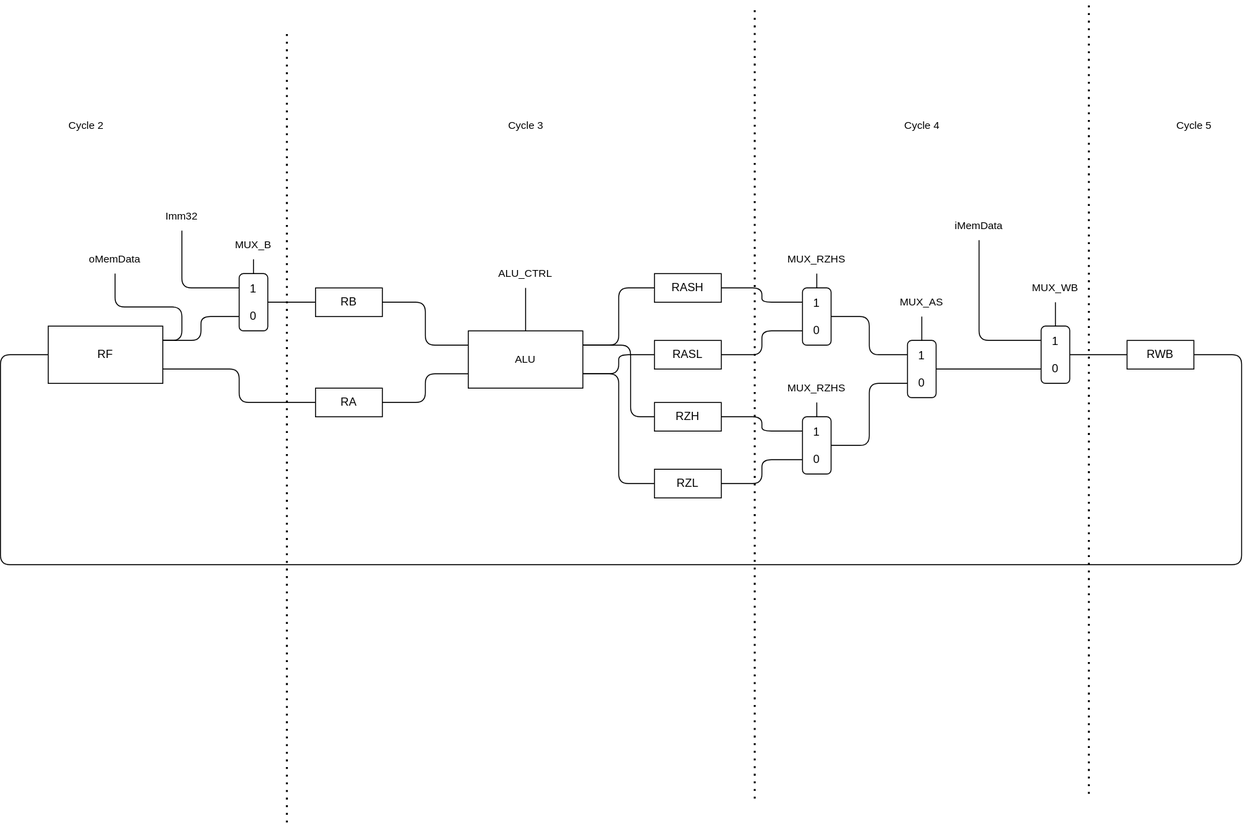
The draw.io diagram sh.drawio.svg in Jchisholm204/MiniSRC, before a commit. Source tidied: cells renumbered, new cells last; positions are measured from the earlier drawing's top-left corner, leaving out a move shared by most shapes.
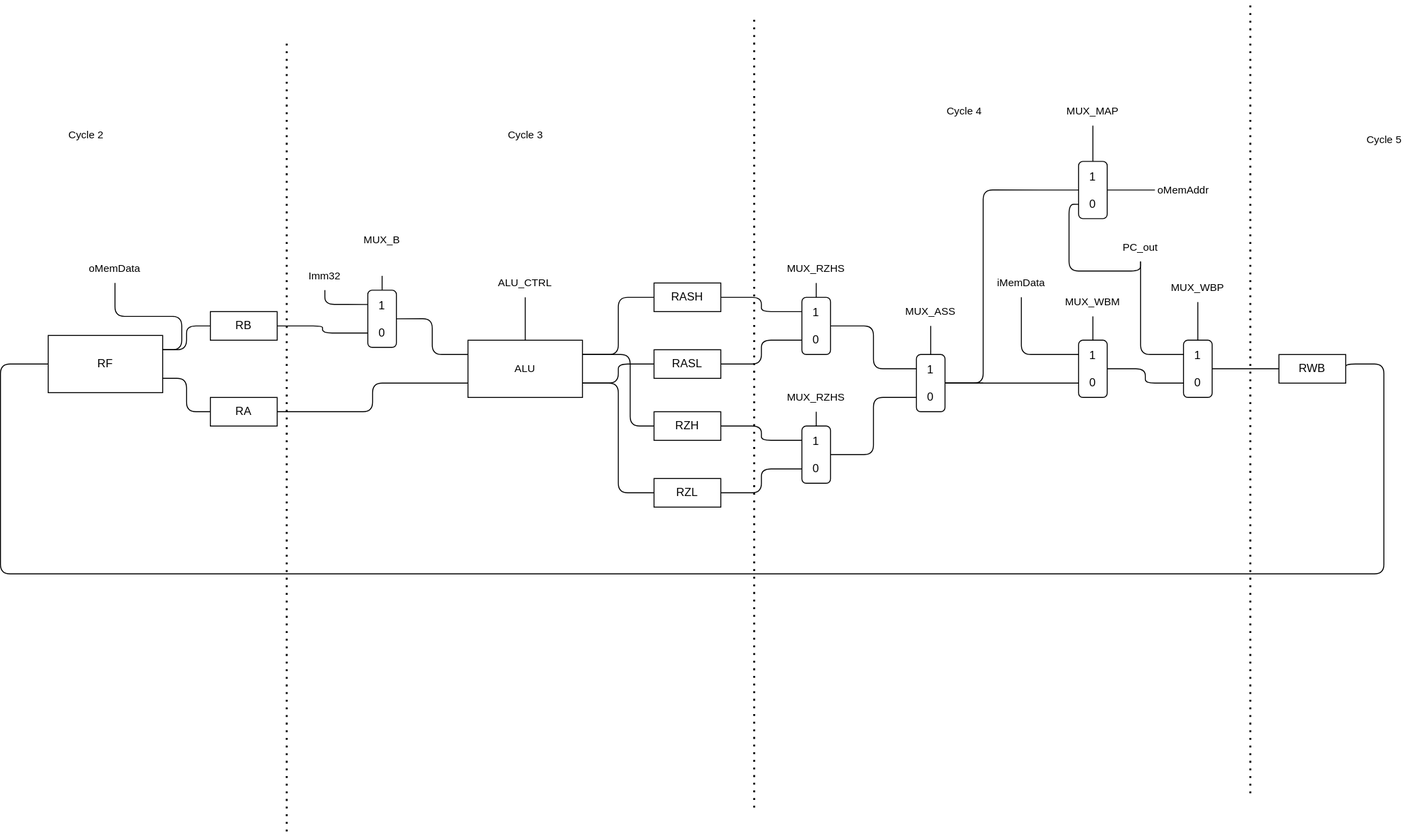
The same file after the commit.

Change to the diagram source:
```diff
@@ -5,9 +5,6 @@
     <mxCell id="2" style="edgeStyle=orthogonalEdgeStyle;shape=connector;rounded=1;html=1;exitX=1;exitY=0.75;exitDx=0;exitDy=0;entryX=0;entryY=0.5;entryDx=0;entryDy=0;labelBackgroundColor=default;strokeColor=default;fontFamily=Helvetica;fontSize=11;fontColor=default;endArrow=none;endFill=0;" parent="1" edge="1" source="5" target="12">
       <mxGeometry relative="1" as="geometry" />
     </mxCell>
-    <mxCell id="3" style="edgeStyle=orthogonalEdgeStyle;shape=connector;rounded=1;html=1;exitX=1;exitY=0.25;exitDx=0;exitDy=0;entryX=0;entryY=0.75;entryDx=0;entryDy=0;labelBackgroundColor=default;strokeColor=default;fontFamily=Helvetica;fontSize=11;fontColor=default;endArrow=none;endFill=0;" parent="1" edge="1" source="5" target="10">
-      <mxGeometry relative="1" as="geometry" />
-    </mxCell>
     <mxCell id="4" style="edgeStyle=orthogonalEdgeStyle;shape=connector;rounded=1;html=1;exitX=1;exitY=0.25;exitDx=0;exitDy=0;entryX=0.5;entryY=1;entryDx=0;entryDy=0;labelBackgroundColor=default;strokeColor=default;fontFamily=Helvetica;fontSize=11;fontColor=default;endArrow=none;endFill=0;" parent="1" edge="1" source="5" target="58">
       <mxGeometry relative="1" as="geometry">
         <Array as="points">
@@ -17,29 +14,34 @@
         </Array>
       </mxGeometry>
     </mxCell>
+    <mxCell id="59" style="edgeStyle=orthogonalEdgeStyle;shape=connector;rounded=1;html=1;exitX=1;exitY=0.25;exitDx=0;exitDy=0;entryX=0;entryY=0.5;entryDx=0;entryDy=0;labelBackgroundColor=default;strokeColor=default;fontFamily=Helvetica;fontSize=11;fontColor=default;endArrow=none;endFill=0;" parent="1" edge="1" source="5" target="7">
+      <mxGeometry relative="1" as="geometry" />
+    </mxCell>
     <mxCell id="5" value="RF" style="rounded=0;whiteSpace=wrap;html=1;" parent="1" vertex="1">
       <mxGeometry x="50" y="340" width="120" height="60" as="geometry" />
     </mxCell>
-    <mxCell id="6" style="edgeStyle=orthogonalEdgeStyle;shape=connector;rounded=1;html=1;exitX=1;exitY=0.5;exitDx=0;exitDy=0;entryX=0;entryY=0.25;entryDx=0;entryDy=0;labelBackgroundColor=default;strokeColor=default;fontFamily=Helvetica;fontSize=11;fontColor=default;endArrow=none;endFill=0;" parent="1" edge="1" source="7" target="17">
-      <mxGeometry relative="1" as="geometry" />
-    </mxCell>
     <mxCell id="7" value="RB" style="rounded=0;whiteSpace=wrap;html=1;" parent="1" vertex="1">
-      <mxGeometry x="330" y="300" width="70" height="30" as="geometry" />
+      <mxGeometry x="220" y="315" width="70" height="30" as="geometry" />
     </mxCell>
+    <mxCell id="9" style="edgeStyle=orthogonalEdgeStyle;shape=connector;rounded=1;html=1;exitX=0.5;exitY=0;exitDx=0;exitDy=0;entryX=0.5;entryY=1;entryDx=0;entryDy=0;labelBackgroundColor=default;strokeColor=default;fontFamily=Helvetica;fontSize=11;fontColor=default;endArrow=none;endFill=0;" parent="1" edge="1" source="10">
+      <mxGeometry relative="1" as="geometry">
+        <mxPoint x="400" y="277.5" as="targetPoint" />
+      </mxGeometry>
+    </mxCell>
+    <mxCell id="60" style="edgeStyle=orthogonalEdgeStyle;shape=connector;rounded=1;html=1;exitX=1;exitY=0.5;exitDx=0;exitDy=0;entryX=0;entryY=0.25;entryDx=0;entryDy=0;labelBackgroundColor=default;strokeColor=default;fontFamily=Helvetica;fontSize=11;fontColor=default;endArrow=none;endFill=0;" parent="1" edge="1" source="10" target="17">
+      <mxGeometry relative="1" as="geometry" />
+    </mxCell>
-    <mxCell id="8" style="edgeStyle=orthogonalEdgeStyle;shape=connector;rounded=1;html=1;exitX=1;exitY=0.5;exitDx=0;exitDy=0;entryX=0;entryY=0.5;entryDx=0;entryDy=0;labelBackgroundColor=default;strokeColor=default;fontFamily=Helvetica;fontSize=11;fontColor=default;endArrow=none;endFill=0;" parent="1" edge="1" source="10" target="7">
+    <mxCell id="8" style="edgeStyle=orthogonalEdgeStyle;shape=connector;rounded=1;html=1;exitX=0;exitY=0.75;exitDx=0;exitDy=0;entryX=1;entryY=0.5;entryDx=0;entryDy=0;labelBackgroundColor=default;strokeColor=default;fontFamily=Helvetica;fontSize=11;fontColor=default;endArrow=none;endFill=0;" parent="1" edge="1" source="10" target="7">
       <mxGeometry relative="1" as="geometry" />
     </mxCell>
-    <mxCell id="9" style="edgeStyle=orthogonalEdgeStyle;shape=connector;rounded=1;html=1;exitX=0.5;exitY=0;exitDx=0;exitDy=0;entryX=0.5;entryY=1;entryDx=0;entryDy=0;labelBackgroundColor=default;strokeColor=default;fontFamily=Helvetica;fontSize=11;fontColor=default;endArrow=none;endFill=0;" parent="1" edge="1" source="10" target="38">
-      <mxGeometry relative="1" as="geometry" />
-    </mxCell>
     <mxCell id="10" value="1&lt;br&gt;&lt;br&gt;0" style="rounded=1;whiteSpace=wrap;html=1;" parent="1" vertex="1">
-      <mxGeometry x="250" y="285" width="30" height="60" as="geometry" />
+      <mxGeometry x="385" y="292.5" width="30" height="60" as="geometry" />
     </mxCell>
     <mxCell id="11" style="edgeStyle=orthogonalEdgeStyle;shape=connector;rounded=1;html=1;exitX=1;exitY=0.5;exitDx=0;exitDy=0;entryX=0;entryY=0.75;entryDx=0;entryDy=0;labelBackgroundColor=default;strokeColor=default;fontFamily=Helvetica;fontSize=11;fontColor=default;endArrow=none;endFill=0;" parent="1" edge="1" source="12" target="17">
       <mxGeometry relative="1" as="geometry" />
     </mxCell>
     <mxCell id="12" value="RA" style="rounded=0;whiteSpace=wrap;html=1;" parent="1" vertex="1">
-      <mxGeometry x="330" y="405" width="70" height="30" as="geometry" />
+      <mxGeometry x="220" y="405" width="70" height="30" as="geometry" />
     </mxCell>
     <mxCell id="13" style="edgeStyle=orthogonalEdgeStyle;shape=connector;rounded=1;html=1;exitX=1;exitY=0.75;exitDx=0;exitDy=0;entryX=0;entryY=0.5;entryDx=0;entryDy=0;labelBackgroundColor=default;strokeColor=default;fontFamily=Helvetica;fontSize=11;fontColor=default;endArrow=none;endFill=0;" parent="1" edge="1" source="17" target="21">
       <mxGeometry relative="1" as="geometry" />
@@ -115,45 +117,58 @@
     <mxCell id="35" style="edgeStyle=orthogonalEdgeStyle;shape=connector;rounded=1;html=1;exitX=1;exitY=0.5;exitDx=0;exitDy=0;entryX=0;entryY=0.75;entryDx=0;entryDy=0;labelBackgroundColor=default;strokeColor=default;fontFamily=Helvetica;fontSize=11;fontColor=default;endArrow=none;endFill=0;" parent="1" edge="1" source="36" target="43">
       <mxGeometry relative="1" as="geometry" />
     </mxCell>
+    <mxCell id="61" style="edgeStyle=orthogonalEdgeStyle;shape=connector;rounded=1;html=1;labelBackgroundColor=default;strokeColor=default;fontFamily=Helvetica;fontSize=11;fontColor=default;endArrow=none;endFill=0;" parent="1" edge="1" source="36">
+      <mxGeometry relative="1" as="geometry">
+        <mxPoint x="1030" y="390" as="targetPoint" />
+      </mxGeometry>
+    </mxCell>
+    <mxCell id="62" style="edgeStyle=orthogonalEdgeStyle;shape=connector;rounded=1;html=1;exitX=1;exitY=0.5;exitDx=0;exitDy=0;entryX=0;entryY=0.5;entryDx=0;entryDy=0;labelBackgroundColor=default;strokeColor=default;fontFamily=Helvetica;fontSize=11;fontColor=default;endArrow=none;endFill=0;" parent="1" edge="1" source="36" target="71">
+      <mxGeometry relative="1" as="geometry">
+        <Array as="points">
+          <mxPoint x="1030" y="390" />
+          <mxPoint x="1030" y="188" />
+        </Array>
+      </mxGeometry>
+    </mxCell>
     <mxCell id="36" value="1&lt;br&gt;&lt;br&gt;0" style="rounded=1;whiteSpace=wrap;html=1;" parent="1" vertex="1">
-      <mxGeometry x="950" y="355" width="30" height="60" as="geometry" />
+      <mxGeometry x="960" y="360" width="30" height="60" as="geometry" />
     </mxCell>
-    <mxCell id="37" value="MUX_AS" style="text;html=1;strokeColor=none;fillColor=none;align=center;verticalAlign=middle;whiteSpace=wrap;rounded=0;fontFamily=Helvetica;fontSize=11;fontColor=default;" parent="1" vertex="1">
-      <mxGeometry x="935" y="300" width="60" height="30" as="geometry" />
+    <mxCell id="37" value="MUX_ASS" style="text;html=1;strokeColor=none;fillColor=none;align=center;verticalAlign=middle;whiteSpace=wrap;rounded=0;fontFamily=Helvetica;fontSize=11;fontColor=default;" parent="1" vertex="1">
+      <mxGeometry x="945" y="300" width="60" height="30" as="geometry" />
     </mxCell>
     <mxCell id="38" value="MUX_B" style="text;html=1;strokeColor=none;fillColor=none;align=center;verticalAlign=middle;whiteSpace=wrap;rounded=0;fontFamily=Helvetica;fontSize=11;fontColor=default;" parent="1" vertex="1">
-      <mxGeometry x="235" y="240" width="60" height="30" as="geometry" />
+      <mxGeometry x="370" y="225" width="60" height="30" as="geometry" />
     </mxCell>
     <mxCell id="39" style="edgeStyle=orthogonalEdgeStyle;shape=connector;rounded=1;html=1;exitX=1;exitY=0.5;exitDx=0;exitDy=0;labelBackgroundColor=default;strokeColor=default;fontFamily=Helvetica;fontSize=11;fontColor=default;endArrow=none;endFill=0;entryX=0;entryY=0.5;entryDx=0;entryDy=0;" parent="1" edge="1" source="40" target="5">
       <mxGeometry relative="1" as="geometry">
         <Array as="points">
-          <mxPoint x="1300" y="370" />
-          <mxPoint x="1300" y="590" />
+          <mxPoint x="1450" y="370" />
+          <mxPoint x="1450" y="590" />
           <mxPoint y="590" />
           <mxPoint y="370" />
         </Array>
       </mxGeometry>
     </mxCell>
     <mxCell id="40" value="RWB" style="rounded=0;whiteSpace=wrap;html=1;" parent="1" vertex="1">
-      <mxGeometry x="1180" y="355" width="70" height="30" as="geometry" />
+      <mxGeometry x="1340" y="360" width="70" height="30" as="geometry" />
     </mxCell>
-    <mxCell id="41" style="edgeStyle=orthogonalEdgeStyle;shape=connector;rounded=1;html=1;exitX=1;exitY=0.5;exitDx=0;exitDy=0;entryX=0;entryY=0.5;entryDx=0;entryDy=0;labelBackgroundColor=default;strokeColor=default;fontFamily=Helvetica;fontSize=11;fontColor=default;endArrow=none;endFill=0;" parent="1" edge="1" source="43" target="40">
+    <mxCell id="41" style="edgeStyle=orthogonalEdgeStyle;shape=connector;rounded=1;html=1;exitX=1;exitY=0.5;exitDx=0;exitDy=0;entryX=0;entryY=0.75;entryDx=0;entryDy=0;labelBackgroundColor=default;strokeColor=default;fontFamily=Helvetica;fontSize=11;fontColor=default;endArrow=none;endFill=0;" parent="1" edge="1" source="43" target="66">
       <mxGeometry relative="1" as="geometry" />
     </mxCell>
     <mxCell id="42" style="edgeStyle=orthogonalEdgeStyle;shape=connector;rounded=1;html=1;exitX=0.5;exitY=0;exitDx=0;exitDy=0;entryX=0.5;entryY=1;entryDx=0;entryDy=0;labelBackgroundColor=default;strokeColor=default;fontFamily=Helvetica;fontSize=11;fontColor=default;endArrow=none;endFill=0;" parent="1" edge="1" source="43" target="44">
       <mxGeometry relative="1" as="geometry" />
     </mxCell>
     <mxCell id="43" value="1&lt;br&gt;&lt;br&gt;0" style="rounded=1;whiteSpace=wrap;html=1;" parent="1" vertex="1">
-      <mxGeometry x="1090" y="340" width="30" height="60" as="geometry" />
+      <mxGeometry x="1130" y="345" width="30" height="60" as="geometry" />
     </mxCell>
-    <mxCell id="44" value="MUX_WB" style="text;html=1;strokeColor=none;fillColor=none;align=center;verticalAlign=middle;whiteSpace=wrap;rounded=0;fontFamily=Helvetica;fontSize=11;fontColor=default;" parent="1" vertex="1">
-      <mxGeometry x="1075" y="285" width="60" height="30" as="geometry" />
+    <mxCell id="44" value="MUX_WBM" style="text;html=1;strokeColor=none;fillColor=none;align=center;verticalAlign=middle;whiteSpace=wrap;rounded=0;fontFamily=Helvetica;fontSize=11;fontColor=default;" parent="1" vertex="1">
+      <mxGeometry x="1115" y="290" width="60" height="30" as="geometry" />
     </mxCell>
     <mxCell id="45" style="edgeStyle=orthogonalEdgeStyle;shape=connector;rounded=1;html=1;exitX=0.5;exitY=1;exitDx=0;exitDy=0;entryX=0;entryY=0.25;entryDx=0;entryDy=0;labelBackgroundColor=default;strokeColor=default;fontFamily=Helvetica;fontSize=11;fontColor=default;endArrow=none;endFill=0;" parent="1" edge="1" source="46" target="43">
       <mxGeometry relative="1" as="geometry" />
     </mxCell>
     <mxCell id="46" value="iMemData" style="text;html=1;strokeColor=none;fillColor=none;align=center;verticalAlign=middle;whiteSpace=wrap;rounded=0;fontFamily=Helvetica;fontSize=11;fontColor=default;" parent="1" vertex="1">
-      <mxGeometry x="995" y="220" width="60" height="30" as="geometry" />
+      <mxGeometry x="1040" y="270" width="60" height="30" as="geometry" />
     </mxCell>
     <mxCell id="47" style="endArrow=none;dashed=1;html=1;dashPattern=1 3;strokeWidth=2;rounded=1;labelBackgroundColor=default;strokeColor=default;fontFamily=Helvetica;fontSize=11;fontColor=default;shape=connector;" parent="1" edge="1">
       <mxGeometry relative="1" as="geometry">
@@ -169,8 +184,8 @@
     </mxCell>
     <mxCell id="49" style="endArrow=none;dashed=1;html=1;dashPattern=1 3;strokeWidth=2;rounded=1;labelBackgroundColor=default;strokeColor=default;fontFamily=Helvetica;fontSize=11;fontColor=default;shape=connector;" parent="1" edge="1">
       <mxGeometry relative="1" as="geometry">
-        <mxPoint x="1140" y="830" as="sourcePoint" />
-        <mxPoint x="1140" as="targetPoint" />
+        <mxPoint x="1310" y="820" as="sourcePoint" />
+        <mxPoint x="1310" y="-10" as="targetPoint" />
       </mxGeometry>
     </mxCell>
     <mxCell id="50" value="Cycle 2" style="text;html=1;strokeColor=none;fillColor=none;align=center;verticalAlign=middle;whiteSpace=wrap;rounded=0;strokeWidth=0;fontFamily=Helvetica;fontSize=11;fontColor=default;" parent="1" vertex="1">
@@ -180,16 +195,16 @@
       <mxGeometry x="520" y="115" width="60" height="30" as="geometry" />
     </mxCell>
     <mxCell id="52" value="Cycle 4" style="text;html=1;align=center;verticalAlign=middle;strokeColor=none;fillColor=none;fontSize=11;fontFamily=Helvetica;fontColor=default;" parent="1" vertex="1">
-      <mxGeometry x="935" y="115" width="60" height="30" as="geometry" />
+      <mxGeometry x="980" y="90" width="60" height="30" as="geometry" />
     </mxCell>
     <mxCell id="53" value="Cycle 5" style="text;html=1;align=center;verticalAlign=middle;strokeColor=none;fillColor=none;fontSize=11;fontFamily=Helvetica;fontColor=default;" parent="1" vertex="1">
-      <mxGeometry x="1220" y="115" width="60" height="30" as="geometry" />
+      <mxGeometry x="1420" y="120" width="60" height="30" as="geometry" />
     </mxCell>
     <mxCell id="54" style="edgeStyle=orthogonalEdgeStyle;shape=connector;rounded=1;html=1;exitX=0.5;exitY=1;exitDx=0;exitDy=0;entryX=0;entryY=0.25;entryDx=0;entryDy=0;labelBackgroundColor=default;strokeColor=default;fontFamily=Helvetica;fontSize=11;fontColor=default;endArrow=none;endFill=0;" parent="1" edge="1" source="55" target="10">
       <mxGeometry relative="1" as="geometry" />
     </mxCell>
     <mxCell id="55" value="Imm32" style="text;html=1;strokeColor=none;fillColor=none;align=center;verticalAlign=middle;whiteSpace=wrap;rounded=0;strokeWidth=0;fontFamily=Helvetica;fontSize=11;fontColor=default;" parent="1" vertex="1">
-      <mxGeometry x="160" y="210" width="60" height="30" as="geometry" />
+      <mxGeometry x="310" y="262.5" width="60" height="30" as="geometry" />
     </mxCell>
     <mxCell id="56" style="edgeStyle=orthogonalEdgeStyle;shape=connector;rounded=1;html=1;exitX=0.5;exitY=1;exitDx=0;exitDy=0;entryX=0.5;entryY=0;entryDx=0;entryDy=0;labelBackgroundColor=default;strokeColor=default;fontFamily=Helvetica;fontSize=11;fontColor=default;endArrow=none;endFill=0;" parent="1" edge="1" source="57" target="17">
       <mxGeometry relative="1" as="geometry" />
@@ -200,5 +215,41 @@
     <mxCell id="58" value="oMemData" style="text;html=1;strokeColor=none;fillColor=none;align=center;verticalAlign=middle;whiteSpace=wrap;rounded=0;strokeWidth=0;fontFamily=Helvetica;fontSize=11;fontColor=default;" parent="1" vertex="1">
       <mxGeometry x="90" y="255" width="60" height="30" as="geometry" />
     </mxCell>
+    <mxCell id="63" style="edgeStyle=orthogonalEdgeStyle;shape=connector;rounded=1;html=1;exitX=1;exitY=0.5;exitDx=0;exitDy=0;entryX=0;entryY=0.5;entryDx=0;entryDy=0;labelBackgroundColor=default;strokeColor=default;fontFamily=Helvetica;fontSize=11;fontColor=default;endArrow=none;endFill=0;" parent="1" edge="1" source="66" target="40">
+      <mxGeometry relative="1" as="geometry" />
+    </mxCell>
+    <mxCell id="64" style="edgeStyle=orthogonalEdgeStyle;shape=connector;rounded=1;html=1;exitX=0;exitY=0.25;exitDx=0;exitDy=0;labelBackgroundColor=default;strokeColor=default;fontFamily=Helvetica;fontSize=11;fontColor=default;endArrow=none;endFill=0;entryX=0.5;entryY=1;entryDx=0;entryDy=0;" parent="1" edge="1" source="66" target="68">
+      <mxGeometry relative="1" as="geometry" />
+    </mxCell>
+    <mxCell id="65" style="edgeStyle=orthogonalEdgeStyle;shape=connector;rounded=1;html=1;exitX=0.5;exitY=0;exitDx=0;exitDy=0;entryX=0.5;entryY=1;entryDx=0;entryDy=0;labelBackgroundColor=default;strokeColor=default;fontFamily=Helvetica;fontSize=11;fontColor=default;endArrow=none;endFill=0;" parent="1" edge="1" source="66" target="69">
+      <mxGeometry relative="1" as="geometry" />
+    </mxCell>
+    <mxCell id="66" value="1&lt;br&gt;&lt;br&gt;0" style="rounded=1;whiteSpace=wrap;html=1;" parent="1" vertex="1">
+      <mxGeometry x="1240" y="345" width="30" height="60" as="geometry" />
+    </mxCell>
+    <mxCell id="67" style="edgeStyle=orthogonalEdgeStyle;shape=connector;rounded=1;html=1;exitX=0.5;exitY=1;exitDx=0;exitDy=0;entryX=0;entryY=0.75;entryDx=0;entryDy=0;labelBackgroundColor=default;strokeColor=default;fontFamily=Helvetica;fontSize=11;fontColor=default;endArrow=none;endFill=0;" parent="1" edge="1" source="68" target="71">
+      <mxGeometry relative="1" as="geometry" />
+    </mxCell>
+    <mxCell id="68" value="PC_out" style="text;html=1;strokeColor=none;fillColor=none;align=center;verticalAlign=middle;whiteSpace=wrap;rounded=0;fontFamily=Helvetica;fontSize=11;fontColor=default;" parent="1" vertex="1">
+      <mxGeometry x="1165" y="232.5" width="60" height="30" as="geometry" />
+    </mxCell>
+    <mxCell id="69" value="MUX_WBP" style="text;html=1;strokeColor=none;fillColor=none;align=center;verticalAlign=middle;whiteSpace=wrap;rounded=0;fontFamily=Helvetica;fontSize=11;fontColor=default;" parent="1" vertex="1">
+      <mxGeometry x="1225" y="275" width="60" height="30" as="geometry" />
+    </mxCell>
+    <mxCell id="70" style="edgeStyle=orthogonalEdgeStyle;shape=connector;rounded=1;html=1;exitX=1;exitY=0.5;exitDx=0;exitDy=0;entryX=0;entryY=0.5;entryDx=0;entryDy=0;labelBackgroundColor=default;strokeColor=default;fontFamily=Helvetica;fontSize=11;fontColor=default;endArrow=none;endFill=0;" parent="1" edge="1" source="71" target="74">
+      <mxGeometry relative="1" as="geometry" />
+    </mxCell>
+    <mxCell id="71" value="1&lt;br&gt;&lt;br&gt;0" style="rounded=1;whiteSpace=wrap;html=1;" parent="1" vertex="1">
+      <mxGeometry x="1130" y="157.5" width="30" height="60" as="geometry" />
+    </mxCell>
+    <mxCell id="72" style="edgeStyle=orthogonalEdgeStyle;shape=connector;rounded=1;html=1;exitX=0.5;exitY=1;exitDx=0;exitDy=0;entryX=0.5;entryY=0;entryDx=0;entryDy=0;labelBackgroundColor=default;strokeColor=default;fontFamily=Helvetica;fontSize=11;fontColor=default;endArrow=none;endFill=0;" parent="1" edge="1" source="73" target="71">
+      <mxGeometry relative="1" as="geometry" />
+    </mxCell>
+    <mxCell id="73" value="MUX_MAP" style="text;html=1;strokeColor=none;fillColor=none;align=center;verticalAlign=middle;whiteSpace=wrap;rounded=0;fontFamily=Helvetica;fontSize=11;fontColor=default;" parent="1" vertex="1">
+      <mxGeometry x="1115" y="90" width="60" height="30" as="geometry" />
+    </mxCell>
+    <mxCell id="74" value="oMemAddr" style="text;html=1;strokeColor=none;fillColor=none;align=center;verticalAlign=middle;whiteSpace=wrap;rounded=0;fontFamily=Helvetica;fontSize=11;fontColor=default;" parent="1" vertex="1">
+      <mxGeometry x="1210" y="172.5" width="60" height="30" as="geometry" />
+    </mxCell>
   </root>
 </mxGraphModel>
```
